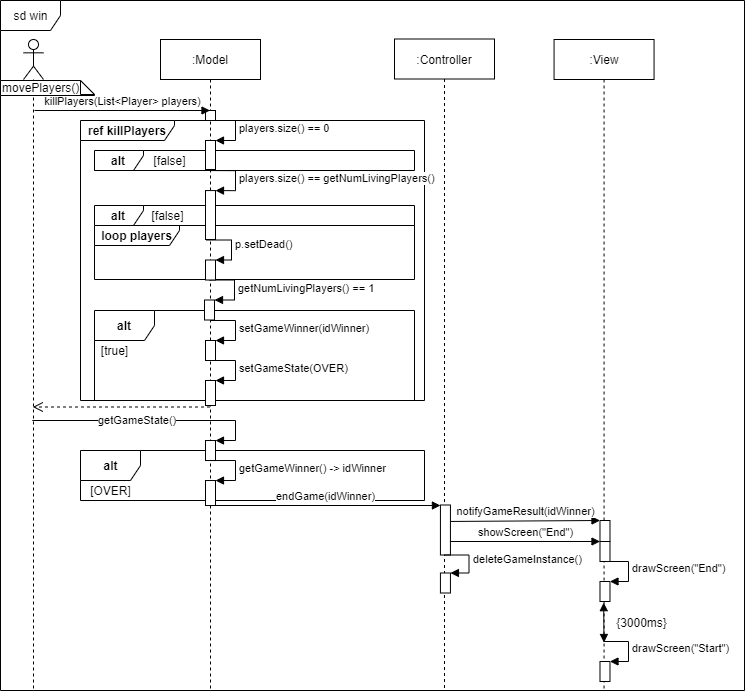
KjellooMelloo/gameoftrons keeps this draw.io diagram as Doku/images/SD_UC6Win.png. Above is the earlier version. Source tidied: cells renumbered, new cells last; positions are measured from the earlier drawing's top-left corner, leaving out a move shared by most shapes.
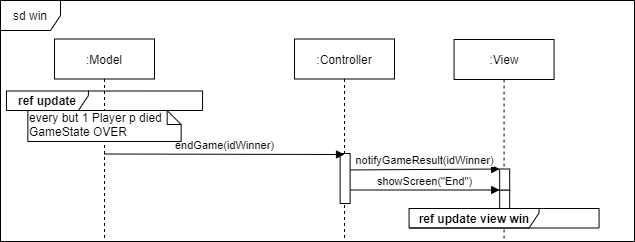
After the commit.

The edit, as a diff of the source:
```diff
@@ -3,217 +3,46 @@
     <mxCell id="0" />
     <mxCell id="1" parent="0" />
     <mxCell id="2" value="sd win" style="shape=umlFrame;whiteSpace=wrap;html=1;fillColor=#ffffff;" parent="1" vertex="1">
-      <mxGeometry width="744" height="690" as="geometry" />
+      <mxGeometry y="-661" width="634" height="241" as="geometry" />
     </mxCell>
-    <mxCell id="3" value="&lt;b&gt;alt&lt;/b&gt;" style="shape=umlFrame;whiteSpace=wrap;html=1;fillColor=#ffffff;width=60;height=30;" parent="1" vertex="1">
-      <mxGeometry x="80" y="450" width="344" height="50" as="geometry" />
+    <mxCell id="3" value=":Model" style="shape=umlLifeline;perimeter=lifelinePerimeter;whiteSpace=wrap;html=1;" parent="1" vertex="1">
+      <mxGeometry x="54" y="-622.5" width="100" height="202.5" as="geometry" />
     </mxCell>
-    <mxCell id="4" value="&lt;b&gt;ref killPlayers&lt;/b&gt;" style="shape=umlFrame;whiteSpace=wrap;html=1;fillColor=#ffffff;width=94;height=20;" parent="1" vertex="1">
-      <mxGeometry x="80" y="120" width="344" height="280" as="geometry" />
+    <mxCell id="4" value=":Controller" style="shape=umlLifeline;perimeter=lifelinePerimeter;whiteSpace=wrap;html=1;" parent="1" vertex="1">
+      <mxGeometry x="294" y="-622.5" width="100" height="202.5" as="geometry" />
     </mxCell>
-    <mxCell id="5" value="&lt;b&gt;alt&lt;/b&gt;" style="shape=umlFrame;whiteSpace=wrap;html=1;fillColor=#ffffff;width=49;height=20;" parent="1" vertex="1">
-      <mxGeometry x="94" y="205" width="320" height="20" as="geometry" />
+    <mxCell id="5" style="html=1;points=[];perimeter=orthogonalPerimeter;" parent="4" vertex="1">
+      <mxGeometry x="45.6" y="114.5" width="10" height="50" as="geometry" />
     </mxCell>
-    <mxCell id="6" value="&lt;b&gt;loop players&lt;/b&gt;" style="shape=umlFrame;whiteSpace=wrap;html=1;width=85;height=20;" parent="1" vertex="1">
-      <mxGeometry x="94" y="225" width="320" height="54" as="geometry" />
+    <mxCell id="6" value=":View" style="shape=umlLifeline;perimeter=lifelinePerimeter;whiteSpace=wrap;html=1;" parent="1" vertex="1">
+      <mxGeometry x="453.6" y="-622" width="100" height="202" as="geometry" />
     </mxCell>
-    <mxCell id="7" value="&lt;b&gt;alt&lt;/b&gt;" style="shape=umlFrame;whiteSpace=wrap;html=1;fillColor=#ffffff;width=49;height=20;" parent="1" vertex="1">
-      <mxGeometry x="94" y="150" width="320" height="20" as="geometry" />
+    <mxCell id="7" style="html=1;points=[];perimeter=orthogonalPerimeter;" parent="6" vertex="1">
+      <mxGeometry x="45.6" y="150.5" width="10" height="20" as="geometry" />
     </mxCell>
-    <mxCell id="8" value="[false]" style="text;html=1;align=center;verticalAlign=middle;points=[];" parent="1" vertex="1">
-      <mxGeometry x="144" y="150" width="50" height="20" as="geometry" />
+    <mxCell id="8" style="html=1;points=[];perimeter=orthogonalPerimeter;" parent="6" vertex="1">
+      <mxGeometry x="45.6" y="129.5" width="10" height="21" as="geometry" />
     </mxCell>
-    <mxCell id="9" value="&lt;b&gt;alt&lt;/b&gt;" style="shape=umlFrame;whiteSpace=wrap;html=1;fillColor=#ffffff;width=60;height=30;" parent="1" vertex="1">
-      <mxGeometry x="94" y="310" width="320" height="90" as="geometry" />
+    <mxCell id="9" value="showScreen(&quot;End&quot;)" style="html=1;verticalAlign=bottom;endArrow=block;entryX=0;entryY=0;" parent="1" edge="1" source="5" target="7">
+      <mxGeometry relative="1" as="geometry" />
     </mxCell>
-    <mxCell id="10" value=":Model" style="shape=umlLifeline;perimeter=lifelinePerimeter;whiteSpace=wrap;html=1;outlineConnect=0;" parent="1" vertex="1">
-      <mxGeometry x="160" y="39" width="100" height="651" as="geometry" />
+    <mxCell id="10" value="notifyGameResult(idWinner)" style="html=1;verticalAlign=bottom;endArrow=block;entryX=0;entryY=0;exitX=1.047;exitY=0.329;exitDx=0;exitDy=0;exitPerimeter=0;" parent="1" edge="1" source="5" target="8">
+      <mxGeometry relative="1" as="geometry" />
     </mxCell>
-    <mxCell id="11" style="html=1;points=[];perimeter=orthogonalPerimeter;" parent="10" vertex="1">
-      <mxGeometry x="45" y="151.1" width="10" height="48.9" as="geometry" />
+    <mxCell id="11" value="endGame(idWinner)" style="html=1;verticalAlign=bottom;endArrow=block;" parent="1" edge="1">
+      <mxGeometry relative="1" as="geometry">
+        <mxPoint x="103.7" y="-507.5" as="sourcePoint" />
+        <mxPoint x="344" y="-507" as="targetPoint" />
+      </mxGeometry>
     </mxCell>
-    <mxCell id="12" value="players.size() == getNumLivingPlayers()" style="edgeStyle=orthogonalEdgeStyle;html=1;align=left;spacingLeft=2;endArrow=block;rounded=0;entryX=1;entryY=0;" parent="10" edge="1" target="11">
-      <mxGeometry relative="1" as="geometry">
-        <mxPoint x="50" y="131.1" as="sourcePoint" />
-        <Array as="points">
-          <mxPoint x="75" y="131.1" />
-        </Array>
-      </mxGeometry>
+    <mxCell id="12" value="&lt;b&gt;ref update&lt;/b&gt;" style="shape=umlFrame;whiteSpace=wrap;html=1;fillColor=#ffffff;width=82;height=20;" parent="1" vertex="1">
+      <mxGeometry x="5.9" y="-570.5" width="196.1" height="19.5" as="geometry" />
     </mxCell>
-    <mxCell id="13" style="html=1;points=[];perimeter=orthogonalPerimeter;" parent="10" vertex="1">
-      <mxGeometry x="44" y="260.5" width="10" height="20" as="geometry" />
+    <mxCell id="13" value="every but 1 Player p died&lt;br&gt;GameState OVER" style="shape=note;whiteSpace=wrap;html=1;size=14;verticalAlign=top;align=left;spacingTop=-6;" parent="1" vertex="1">
+      <mxGeometry x="27.3" y="-551" width="153.3" height="31" as="geometry" />
     </mxCell>
-    <mxCell id="14" value="getNumLivingPlayers() == 1" style="edgeStyle=orthogonalEdgeStyle;html=1;align=left;spacingLeft=2;endArrow=block;rounded=0;entryX=1;entryY=0;" parent="10" edge="1" target="13">
-      <mxGeometry relative="1" as="geometry">
-        <mxPoint x="49" y="240.5" as="sourcePoint" />
-        <Array as="points">
-          <mxPoint x="74" y="240.5" />
-        </Array>
-      </mxGeometry>
+    <mxCell id="14" value="&lt;b&gt;ref update view win&lt;/b&gt;" style="shape=umlFrame;whiteSpace=wrap;html=1;fillColor=#ffffff;width=130;height=20;" parent="1" vertex="1">
+      <mxGeometry x="408.6" y="-453" width="190" height="19.5" as="geometry" />
     </mxCell>
-    <mxCell id="15" style="html=1;points=[];perimeter=orthogonalPerimeter;" parent="10" vertex="1">
-      <mxGeometry x="45" y="301" width="10" height="20" as="geometry" />
-    </mxCell>
-    <mxCell id="16" value="setGameWinner(idWinner)" style="edgeStyle=orthogonalEdgeStyle;html=1;align=left;spacingLeft=2;endArrow=block;rounded=0;entryX=1;entryY=0;" parent="10" edge="1" target="15">
-      <mxGeometry relative="1" as="geometry">
-        <mxPoint x="50" y="281" as="sourcePoint" />
-        <Array as="points">
-          <mxPoint x="75" y="281" />
-        </Array>
-      </mxGeometry>
-    </mxCell>
-    <mxCell id="17" style="html=1;points=[];perimeter=orthogonalPerimeter;" parent="10" vertex="1">
-      <mxGeometry x="45" y="341" width="10" height="25" as="geometry" />
-    </mxCell>
-    <mxCell id="18" value="setGameState(OVER)" style="edgeStyle=orthogonalEdgeStyle;html=1;align=left;spacingLeft=2;endArrow=block;rounded=0;entryX=1;entryY=0;" parent="10" edge="1" target="17">
-      <mxGeometry relative="1" as="geometry">
-        <mxPoint x="50" y="321" as="sourcePoint" />
-        <Array as="points">
-          <mxPoint x="75" y="321" />
-        </Array>
-      </mxGeometry>
-    </mxCell>
-    <mxCell id="19" style="html=1;points=[];perimeter=orthogonalPerimeter;" parent="10" vertex="1">
-      <mxGeometry x="45" y="401" width="10" height="20" as="geometry" />
-    </mxCell>
-    <mxCell id="20" style="html=1;points=[];perimeter=orthogonalPerimeter;" parent="10" vertex="1">
-      <mxGeometry x="45" y="441" width="10" height="25" as="geometry" />
-    </mxCell>
-    <mxCell id="21" value="getGameWinner() -&amp;gt; idWinner" style="edgeStyle=orthogonalEdgeStyle;html=1;align=left;spacingLeft=2;endArrow=block;rounded=0;entryX=1;entryY=0;" parent="10" edge="1" target="20">
-      <mxGeometry relative="1" as="geometry">
-        <mxPoint x="50" y="421" as="sourcePoint" />
-        <Array as="points">
-          <mxPoint x="75" y="421" />
-        </Array>
-      </mxGeometry>
-    </mxCell>
-    <mxCell id="22" style="html=1;points=[];perimeter=orthogonalPerimeter;" parent="10" vertex="1">
-      <mxGeometry x="45" y="101" width="10" height="29" as="geometry" />
-    </mxCell>
-    <mxCell id="23" value="players.size() == 0" style="edgeStyle=orthogonalEdgeStyle;html=1;align=left;spacingLeft=2;endArrow=block;rounded=0;entryX=1;entryY=0;" parent="10" edge="1" target="22">
-      <mxGeometry relative="1" as="geometry">
-        <mxPoint x="50" y="81" as="sourcePoint" />
-        <Array as="points">
-          <mxPoint x="75" y="81" />
-        </Array>
-      </mxGeometry>
-    </mxCell>
-    <mxCell id="24" style="html=1;perimeter=orthogonalPerimeter;" parent="10" vertex="1">
-      <mxGeometry x="45" y="71" width="10" height="10" as="geometry" />
-    </mxCell>
-    <mxCell id="25" style="shape=umlLifeline;participant=umlActor;perimeter=lifelinePerimeter;whiteSpace=wrap;html=1;verticalAlign=top;spacingTop=36;labelBackgroundColor=#ffffff;outlineConnect=0;" parent="1" vertex="1">
-      <mxGeometry x="23" y="39" width="20" height="651" as="geometry" />
-    </mxCell>
-    <mxCell id="26" value="killPlayers(List&amp;lt;Player&amp;gt; players)" style="html=1;verticalAlign=bottom;startArrow=none;startFill=0;endArrow=block;startSize=8;" parent="25" edge="1" target="10">
-      <mxGeometry relative="1" as="geometry">
-        <mxPoint x="11" y="71" as="sourcePoint" />
-      </mxGeometry>
-    </mxCell>
-    <mxCell id="27" value=":Controller" style="shape=umlLifeline;perimeter=lifelinePerimeter;whiteSpace=wrap;html=1;" parent="1" vertex="1">
-      <mxGeometry x="394" y="38.5" width="100" height="651.5" as="geometry" />
-    </mxCell>
-    <mxCell id="28" style="html=1;points=[];perimeter=orthogonalPerimeter;" parent="27" vertex="1">
-      <mxGeometry x="45.9" y="466" width="10" height="50" as="geometry" />
-    </mxCell>
-    <mxCell id="29" style="html=1;points=[];perimeter=orthogonalPerimeter;" parent="27" vertex="1">
-      <mxGeometry x="45.9" y="534" width="10" height="20" as="geometry" />
-    </mxCell>
-    <mxCell id="30" value="deleteGameInstance()" style="edgeStyle=orthogonalEdgeStyle;html=1;align=left;spacingLeft=2;endArrow=block;rounded=0;entryX=1;entryY=0;" parent="27" edge="1" target="29">
-      <mxGeometry relative="1" as="geometry">
-        <mxPoint x="49.5" y="516" as="sourcePoint" />
-        <Array as="points">
-          <mxPoint x="74.5" y="516" />
-        </Array>
-      </mxGeometry>
-    </mxCell>
-    <mxCell id="31" value=":View" style="shape=umlLifeline;perimeter=lifelinePerimeter;whiteSpace=wrap;html=1;" parent="1" vertex="1">
-      <mxGeometry x="553.6" y="39" width="100" height="651" as="geometry" />
-    </mxCell>
-    <mxCell id="32" style="html=1;points=[];perimeter=orthogonalPerimeter;" parent="31" vertex="1">
-      <mxGeometry x="45.9" y="502" width="10" height="20" as="geometry" />
-    </mxCell>
-    <mxCell id="33" style="html=1;points=[];perimeter=orthogonalPerimeter;" parent="31" vertex="1">
-      <mxGeometry x="45.9" y="542" width="10" height="20" as="geometry" />
-    </mxCell>
-    <mxCell id="34" value="drawScreen(&quot;End&quot;)" style="edgeStyle=orthogonalEdgeStyle;html=1;align=left;spacingLeft=2;endArrow=block;rounded=0;entryX=1;entryY=0;" parent="31" edge="1" target="33">
-      <mxGeometry relative="1" as="geometry">
-        <mxPoint x="49.5" y="522" as="sourcePoint" />
-        <Array as="points">
-          <mxPoint x="74.5" y="522" />
-        </Array>
-      </mxGeometry>
-    </mxCell>
-    <mxCell id="35" style="html=1;points=[];perimeter=orthogonalPerimeter;" parent="31" vertex="1">
-      <mxGeometry x="45.9" y="622" width="10" height="20" as="geometry" />
-    </mxCell>
-    <mxCell id="36" value="drawScreen(&quot;Start&quot;)" style="edgeStyle=orthogonalEdgeStyle;html=1;align=left;spacingLeft=2;endArrow=block;rounded=0;entryX=1;entryY=0;" parent="31" edge="1" target="35">
-      <mxGeometry relative="1" as="geometry">
-        <mxPoint x="49.5" y="602" as="sourcePoint" />
-        <Array as="points">
-          <mxPoint x="74.5" y="602" />
-        </Array>
-      </mxGeometry>
-    </mxCell>
-    <mxCell id="37" style="html=1;points=[];perimeter=orthogonalPerimeter;" parent="31" vertex="1">
-      <mxGeometry x="45.9" y="481" width="10" height="21" as="geometry" />
-    </mxCell>
-    <mxCell id="38" value="movePlayers()" style="shape=note;whiteSpace=wrap;html=1;size=14;verticalAlign=top;align=left;spacingTop=-6;" parent="1" vertex="1">
-      <mxGeometry y="80" width="94" height="15" as="geometry" />
-    </mxCell>
-    <mxCell id="39" value="showScreen(&quot;End&quot;)" style="html=1;verticalAlign=bottom;endArrow=block;entryX=0;entryY=0;" parent="1" edge="1" source="28" target="32">
-      <mxGeometry relative="1" as="geometry" />
-    </mxCell>
-    <mxCell id="40" style="endArrow=block;startArrow=block;endFill=1;startFill=1;html=1;exitX=0.497;exitY=0.722;exitDx=0;exitDy=0;exitPerimeter=0;" parent="1" edge="1">
-      <mxGeometry relative="1" as="geometry">
-        <mxPoint x="603.2" y="602.2" as="sourcePoint" />
-        <mxPoint x="603.5" y="642" as="targetPoint" />
-      </mxGeometry>
-    </mxCell>
-    <mxCell id="41" value="{3000ms}" style="text;html=1;align=center;verticalAlign=middle;" parent="1" vertex="1">
-      <mxGeometry x="606.5" y="612" width="70" height="20" as="geometry" />
-    </mxCell>
-    <mxCell id="42" value="notifyGameResult(idWinner)" style="html=1;verticalAlign=bottom;endArrow=block;entryX=0;entryY=0;exitX=1.047;exitY=0.329;exitDx=0;exitDy=0;exitPerimeter=0;" parent="1" edge="1" source="28" target="37">
-      <mxGeometry relative="1" as="geometry" />
-    </mxCell>
-    <mxCell id="43" style="html=1;points=[];perimeter=orthogonalPerimeter;" parent="1" vertex="1">
-      <mxGeometry x="205" y="259.5" width="10" height="20" as="geometry" />
-    </mxCell>
-    <mxCell id="44" value="p.setDead()" style="edgeStyle=orthogonalEdgeStyle;html=1;align=left;spacingLeft=2;endArrow=block;rounded=0;entryX=1;entryY=0;" parent="1" edge="1" target="43">
-      <mxGeometry relative="1" as="geometry">
-        <mxPoint x="206" y="239.5" as="sourcePoint" />
-        <Array as="points">
-          <mxPoint x="231" y="239.5" />
-        </Array>
-      </mxGeometry>
-    </mxCell>
-    <mxCell id="45" value="[true]" style="text;html=1;align=center;verticalAlign=middle;" parent="1" vertex="1">
-      <mxGeometry x="94" y="339.5" width="40" height="20" as="geometry" />
-    </mxCell>
-    <mxCell id="46" value="endGame(idWinner)" style="html=1;verticalAlign=bottom;endArrow=block;entryX=0;entryY=0;" parent="1" edge="1">
-      <mxGeometry relative="1" as="geometry">
-        <mxPoint x="210" y="505" as="sourcePoint" />
-        <mxPoint x="439.9" y="505" as="targetPoint" />
-      </mxGeometry>
-    </mxCell>
-    <mxCell id="47" value="[false]" style="text;html=1;align=center;verticalAlign=middle;" parent="1" vertex="1">
-      <mxGeometry x="142" y="205" width="50" height="20" as="geometry" />
-    </mxCell>
-    <mxCell id="48" style="html=1;verticalAlign=bottom;endArrow=open;dashed=1;endSize=8;" parent="1" edge="1">
-      <mxGeometry relative="1" as="geometry">
-        <mxPoint x="209.5" y="406.5" as="sourcePoint" />
-        <mxPoint x="32.3" y="406.5" as="targetPoint" />
-      </mxGeometry>
-    </mxCell>
-    <mxCell id="49" value="getGameState()" style="edgeStyle=orthogonalEdgeStyle;html=1;align=left;spacingLeft=2;endArrow=block;rounded=0;entryX=1;entryY=0;" parent="1" edge="1" source="25" target="19">
-      <mxGeometry x="-0.49" relative="1" as="geometry">
-        <Array as="points">
-          <mxPoint x="235" y="420" />
-          <mxPoint x="235" y="440" />
-        </Array>
-      </mxGeometry>
-    </mxCell>
-    <mxCell id="50" value="[OVER]" style="text;html=1;align=center;verticalAlign=middle;" parent="1" vertex="1">
-      <mxGeometry x="80" y="479.5" width="60" height="20" as="geometry" />
-    </mxCell>
   </root>
 </mxGraphModel>
```
